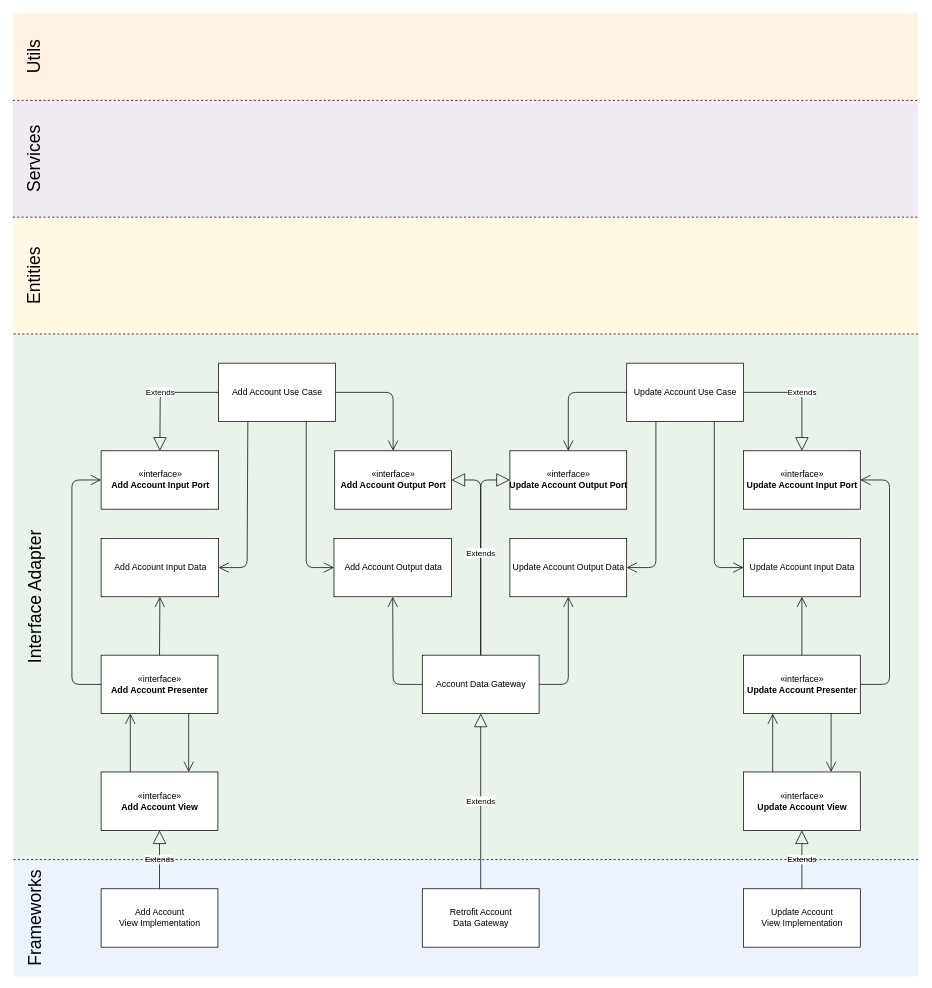
Before: Assets/interface-segregation-principle.drawio in R4v3nPr0/mobile-architecture-proposal, a draw.io diagram. Source tidied: cells renumbered, new cells numbered last; positions are measured from the earlier drawing's top-left corner, leaving out a move shared by most shapes. Both pictures are drawn from the tidied source at 73%, with x=0, y=0 at pixel (-38, 12).
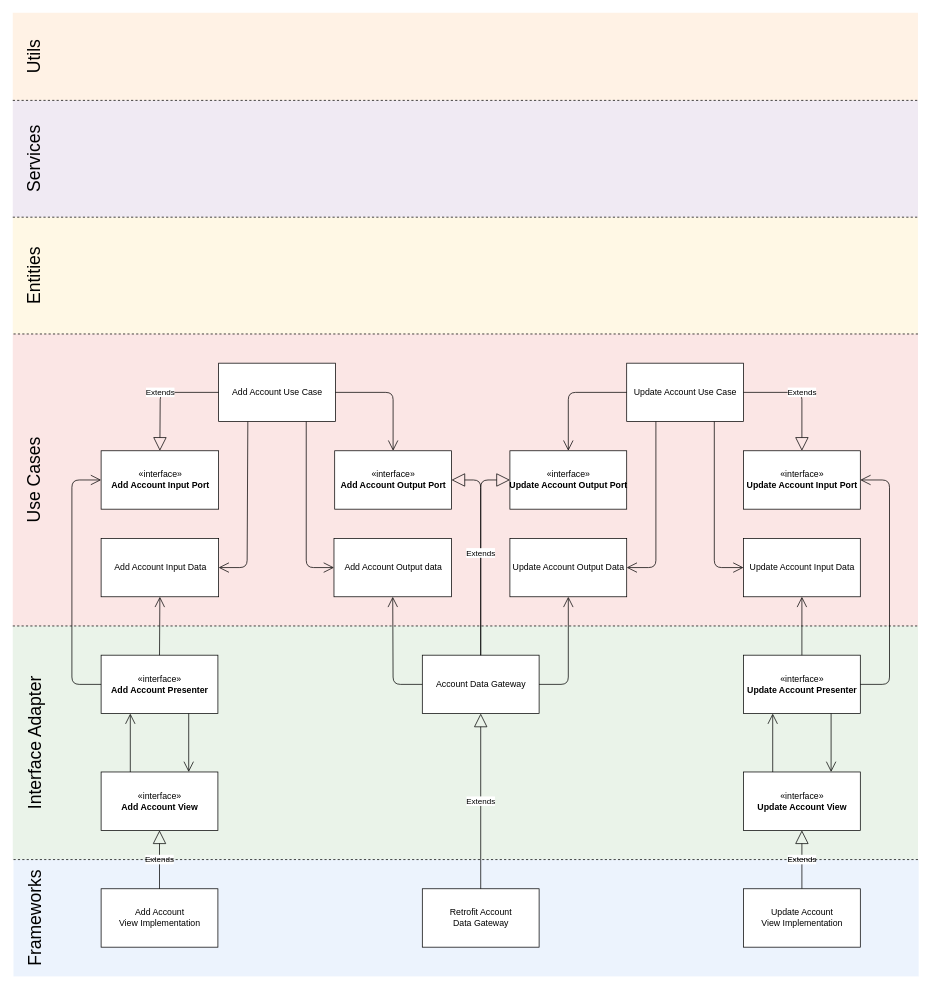
The same diagram, later.

Diff of the diagram source:
```diff
@@
+    <mxCell id="57" style="rounded=0;whiteSpace=wrap;html=1;opacity=50;fillColor=#f8cecc;strokeColor=none;" parent="1" vertex="1">
+      <mxGeometry x="69" y="440" width="1240" height="400" as="geometry" />
+    </mxCell>
@@
     <mxCell id="5" style="rounded=0;whiteSpace=wrap;html=1;opacity=50;fillColor=#d5e8d4;strokeColor=none;" parent="1" vertex="1">
-      <mxGeometry x="70" y="440" width="1240" height="720" as="geometry" />
+      <mxGeometry x="69" y="840" width="1240" height="320" as="geometry" />
     </mxCell>
@@
     <mxCell id="52" value="&lt;font style=&quot;font-size: 24px&quot;&gt;Interface Adapter&lt;/font&gt;" style="text;html=1;strokeColor=none;fillColor=none;align=center;verticalAlign=middle;whiteSpace=wrap;rounded=0;rotation=-90;" parent="1" vertex="1">
-      <mxGeometry y="790" width="200" height="20" as="geometry" />
+      <mxGeometry y="990" width="200" height="20" as="geometry" />
     </mxCell>
@@
+    <mxCell id="58" style="endArrow=none;dashed=1;html=1;" parent="1" edge="1">
+      <mxGeometry relative="1" as="geometry">
+        <mxPoint x="69" y="840" as="sourcePoint" />
+        <mxPoint x="1309" y="840" as="targetPoint" />
+      </mxGeometry>
+    </mxCell>
+    <mxCell id="59" value="&lt;font style=&quot;font-size: 24px&quot;&gt;Use Cases&lt;/font&gt;" style="text;html=1;strokeColor=none;fillColor=none;align=center;verticalAlign=middle;whiteSpace=wrap;rounded=0;opacity=50;rotation=-90;" parent="1" vertex="1">
+      <mxGeometry x="34" y="630" width="130" height="20" as="geometry" />
+    </mxCell>
```
